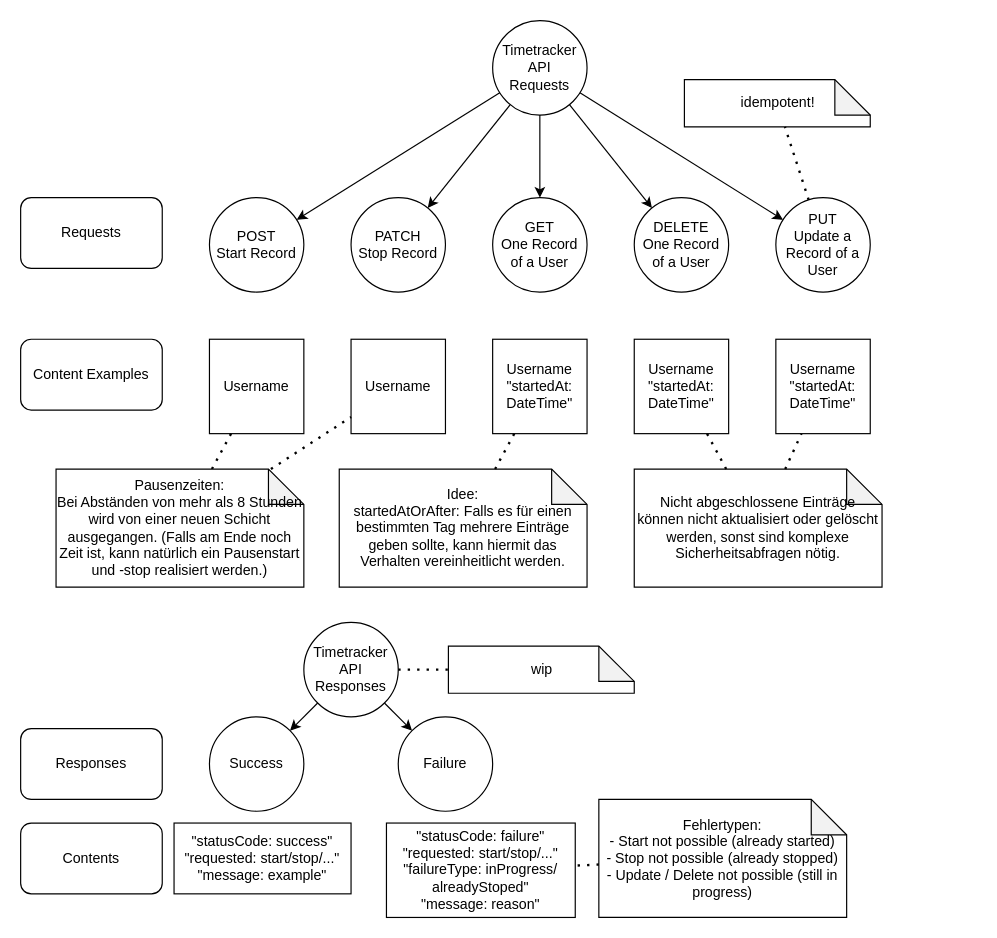
Above: timetracker/docu/timetracker-rest-api.drawio in Harriss1/stempeluhr (draw.io), before the change. Source tidied: cells renumbered, new cells numbered last; positions are measured from the earlier drawing's top-left corner, leaving out a move shared by most shapes. Both pictures are drawn from the tidied source at 118%, with x=0, y=0 at pixel (20, 20).
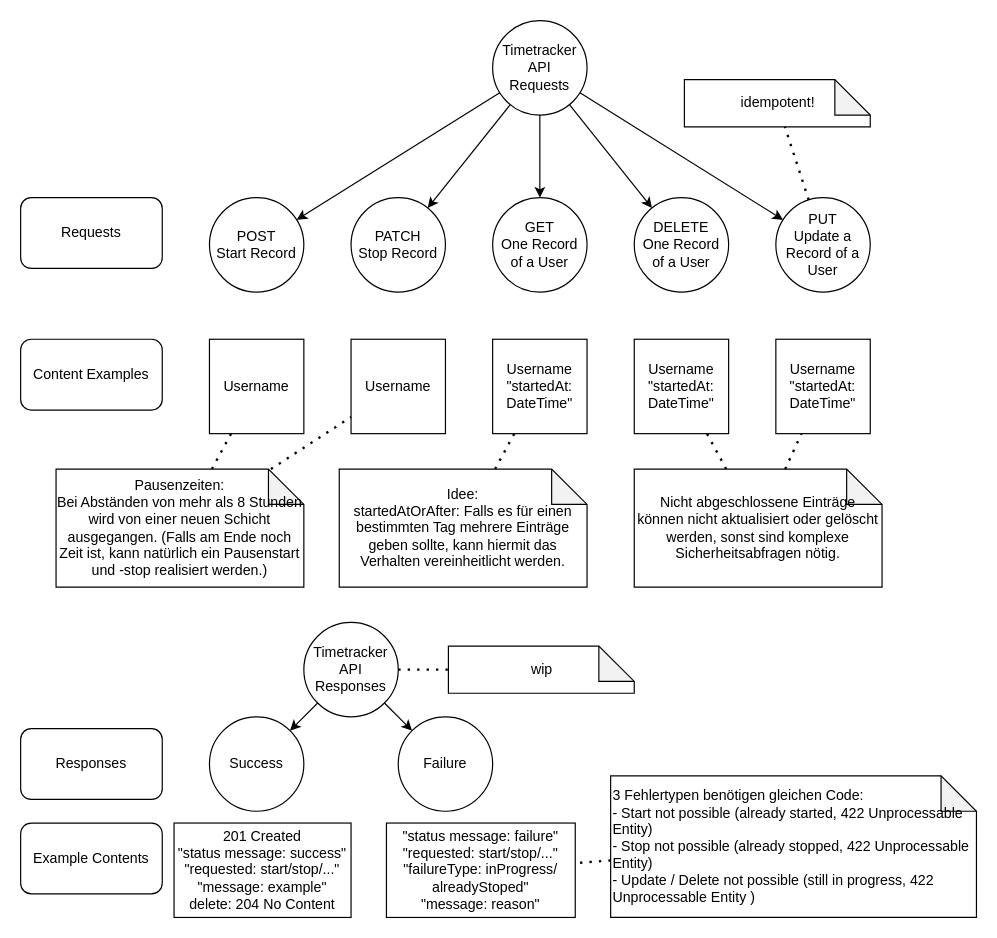
The same diagram, later.

Commit message (it also covers changes not shown here):
Korrektur API-Entwurf für Response-Codes gemäß REST-Vorgaben

What changed in the source:
```diff
@@
-    <mxCell id="16" value="Contents" style="rounded=1;whiteSpace=wrap;html=1;" parent="1" vertex="1">
+    <mxCell id="16" value="Example Contents" style="rounded=1;whiteSpace=wrap;html=1;" parent="1" vertex="1">
       <mxGeometry y="680" width="120" height="60" as="geometry" />
     </mxCell>
@@
-    <mxCell id="29" value="&quot;statusCode:&amp;nbsp;&lt;span style=&quot;background-color: transparent; color: light-dark(rgb(0, 0, 0), rgb(255, 255, 255));&quot;&gt;success&quot;&lt;/span&gt;&lt;div&gt;&lt;div&gt;&lt;div&gt;&lt;/div&gt;&lt;/div&gt;&lt;/div&gt;&lt;div&gt;&lt;div&gt;&lt;span style=&quot;background-color: transparent; color: light-dark(rgb(0, 0, 0), rgb(255, 255, 255));&quot;&gt;&quot;requested:&amp;nbsp;&lt;/span&gt;&lt;span style=&quot;background-color: transparent; color: light-dark(rgb(0, 0, 0), rgb(255, 255, 255));&quot;&gt;start/stop/...&quot;&lt;/span&gt;&lt;/div&gt;&lt;/div&gt;&lt;div&gt;&lt;span style=&quot;background-color: transparent; color: light-dark(rgb(0, 0, 0), rgb(255, 255, 255));&quot;&gt;&quot;message:&amp;nbsp;&lt;/span&gt;&lt;span style=&quot;background-color: transparent; color: light-dark(rgb(0, 0, 0), rgb(255, 255, 255));&quot;&gt;example&quot;&lt;/span&gt;&lt;/div&gt;" style="rounded=0;whiteSpace=wrap;html=1;" parent="1" vertex="1">
-      <mxGeometry x="130" y="680" width="150" height="60" as="geometry" />
+    <mxCell id="29" value="&lt;div&gt;&lt;span class=&quot;code&quot;&gt;201 Created&lt;/span&gt;&lt;/div&gt;&quot;status message:&amp;nbsp;&lt;span style=&quot;background-color: transparent; color: light-dark(rgb(0, 0, 0), rgb(255, 255, 255));&quot;&gt;success&lt;/span&gt;&lt;span style=&quot;background-color: transparent; color: light-dark(rgb(0, 0, 0), rgb(255, 255, 255));&quot;&gt;&quot;&lt;/span&gt;&lt;div&gt;&lt;div&gt;&lt;div&gt;&lt;/div&gt;&lt;/div&gt;&lt;/div&gt;&lt;div&gt;&lt;div&gt;&lt;span style=&quot;background-color: transparent; color: light-dark(rgb(0, 0, 0), rgb(255, 255, 255));&quot;&gt;&quot;requested:&amp;nbsp;&lt;/span&gt;&lt;span style=&quot;background-color: transparent; color: light-dark(rgb(0, 0, 0), rgb(255, 255, 255));&quot;&gt;start/stop/...&quot;&lt;/span&gt;&lt;/div&gt;&lt;/div&gt;&lt;div&gt;&lt;span style=&quot;background-color: transparent; color: light-dark(rgb(0, 0, 0), rgb(255, 255, 255));&quot;&gt;&quot;message:&amp;nbsp;&lt;/span&gt;&lt;span style=&quot;background-color: transparent; color: light-dark(rgb(0, 0, 0), rgb(255, 255, 255));&quot;&gt;example&quot;&lt;/span&gt;&lt;/div&gt;&lt;div&gt;&lt;span style=&quot;background-color: transparent; color: light-dark(rgb(0, 0, 0), rgb(255, 255, 255));&quot;&gt;delete:&amp;nbsp;&lt;/span&gt;&lt;span style=&quot;background-color: transparent; color: light-dark(rgb(0, 0, 0), rgb(255, 255, 255));&quot;&gt;204 No Content&lt;/span&gt;&lt;/div&gt;" style="rounded=0;whiteSpace=wrap;html=1;" parent="1" vertex="1">
+      <mxGeometry x="130" y="680" width="150" height="80" as="geometry" />
     </mxCell>
@@
-    <mxCell id="31" value="&quot;statusCode:&amp;nbsp;&lt;span style=&quot;background-color: transparent; color: light-dark(rgb(0, 0, 0), rgb(255, 255, 255));&quot;&gt;failure&quot;&lt;/span&gt;&lt;div&gt;&lt;div&gt;&lt;div&gt;&lt;/div&gt;&lt;/div&gt;&lt;/div&gt;&lt;div&gt;&lt;div&gt;&lt;span style=&quot;background-color: transparent; color: light-dark(rgb(0, 0, 0), rgb(255, 255, 255));&quot;&gt;&quot;requested:&amp;nbsp;&lt;/span&gt;&lt;span style=&quot;background-color: transparent; color: light-dark(rgb(0, 0, 0), rgb(255, 255, 255));&quot;&gt;start/stop/...&quot;&lt;/span&gt;&lt;/div&gt;&lt;/div&gt;&lt;div&gt;&quot;failureType:&amp;nbsp;&lt;span style=&quot;background-color: transparent; color: light-dark(rgb(0, 0, 0), rgb(255, 255, 255));&quot;&gt;inProgress/&lt;/span&gt;&lt;div&gt;&lt;span style=&quot;background-color: transparent; color: light-dark(rgb(0, 0, 0), rgb(255, 255, 255));&quot;&gt;alreadyStoped&quot;&lt;/span&gt;&lt;/div&gt;&lt;/div&gt;&lt;div&gt;&lt;span style=&quot;background-color: transparent; color: light-dark(rgb(0, 0, 0), rgb(255, 255, 255));&quot;&gt;&quot;message:&amp;nbsp;&lt;/span&gt;&lt;span style=&quot;background-color: transparent; color: light-dark(rgb(0, 0, 0), rgb(255, 255, 255));&quot;&gt;reason&quot;&lt;/span&gt;&lt;/div&gt;" style="rounded=0;whiteSpace=wrap;html=1;" parent="1" vertex="1">
+    <mxCell id="31" value="&quot;status message:&amp;nbsp;&lt;span style=&quot;background-color: transparent; color: light-dark(rgb(0, 0, 0), rgb(255, 255, 255));&quot;&gt;failure&quot;&lt;/span&gt;&lt;div&gt;&lt;div&gt;&lt;div&gt;&lt;/div&gt;&lt;/div&gt;&lt;/div&gt;&lt;div&gt;&lt;div&gt;&lt;span style=&quot;background-color: transparent; color: light-dark(rgb(0, 0, 0), rgb(255, 255, 255));&quot;&gt;&quot;requested:&amp;nbsp;&lt;/span&gt;&lt;span style=&quot;background-color: transparent; color: light-dark(rgb(0, 0, 0), rgb(255, 255, 255));&quot;&gt;start/stop/...&quot;&lt;/span&gt;&lt;/div&gt;&lt;/div&gt;&lt;div&gt;&quot;failureType:&amp;nbsp;&lt;span style=&quot;background-color: transparent; color: light-dark(rgb(0, 0, 0), rgb(255, 255, 255));&quot;&gt;inProgress/&lt;/span&gt;&lt;div&gt;&lt;span style=&quot;background-color: transparent; color: light-dark(rgb(0, 0, 0), rgb(255, 255, 255));&quot;&gt;alreadyStoped&quot;&lt;/span&gt;&lt;/div&gt;&lt;/div&gt;&lt;div&gt;&lt;span style=&quot;background-color: transparent; color: light-dark(rgb(0, 0, 0), rgb(255, 255, 255));&quot;&gt;&quot;message:&amp;nbsp;&lt;/span&gt;&lt;span style=&quot;background-color: transparent; color: light-dark(rgb(0, 0, 0), rgb(255, 255, 255));&quot;&gt;reason&quot;&lt;/span&gt;&lt;/div&gt;" style="rounded=0;whiteSpace=wrap;html=1;" parent="1" vertex="1">
       <mxGeometry x="310" y="680" width="160" height="80" as="geometry" />
     </mxCell>
@@
-    <mxCell id="37" value="Fehlertypen:&lt;div&gt;-&amp;nbsp;&lt;span style=&quot;background-color: transparent; color: light-dark(rgb(0, 0, 0), rgb(255, 255, 255));&quot;&gt;Start not possible (already started)&lt;/span&gt;&lt;/div&gt;&lt;div&gt;- Stop not possible (already stopped)&lt;/div&gt;&lt;div&gt;- Update / Delete not possible (still in progress)&lt;/div&gt;" style="shape=note;whiteSpace=wrap;html=1;backgroundOutline=1;darkOpacity=0.05;" parent="1" vertex="1">
-      <mxGeometry x="490" y="660" width="210" height="100" as="geometry" />
+    <mxCell id="37" value="&lt;div&gt;&lt;span style=&quot;background-color: transparent; color: light-dark(rgb(0, 0, 0), rgb(255, 255, 255));&quot;&gt;3 Fehlertypen benötigen gleichen Code:&lt;/span&gt;&lt;/div&gt;&lt;div&gt;-&amp;nbsp;&lt;span style=&quot;background-color: transparent; color: light-dark(rgb(0, 0, 0), rgb(255, 255, 255));&quot;&gt;Start not possible (already started,&amp;nbsp;&lt;/span&gt;&lt;span style=&quot;background-color: transparent;&quot;&gt;422 Unprocessable Entity&lt;/span&gt;&lt;span style=&quot;background-color: transparent; color: light-dark(rgb(0, 0, 0), rgb(255, 255, 255));&quot;&gt;)&lt;/span&gt;&lt;/div&gt;&lt;div&gt;- Stop not possible (already stopped, 422 Unprocessable Entity)&lt;/div&gt;&lt;div&gt;- Update / Delete not possible (still in progress, 422 Unprocessable Entity&amp;nbsp;)&lt;/div&gt;" style="shape=note;whiteSpace=wrap;html=1;backgroundOutline=1;darkOpacity=0.05;align=left;" parent="1" vertex="1">
+      <mxGeometry x="500" y="640" width="310" height="120" as="geometry" />
     </mxCell>
```
